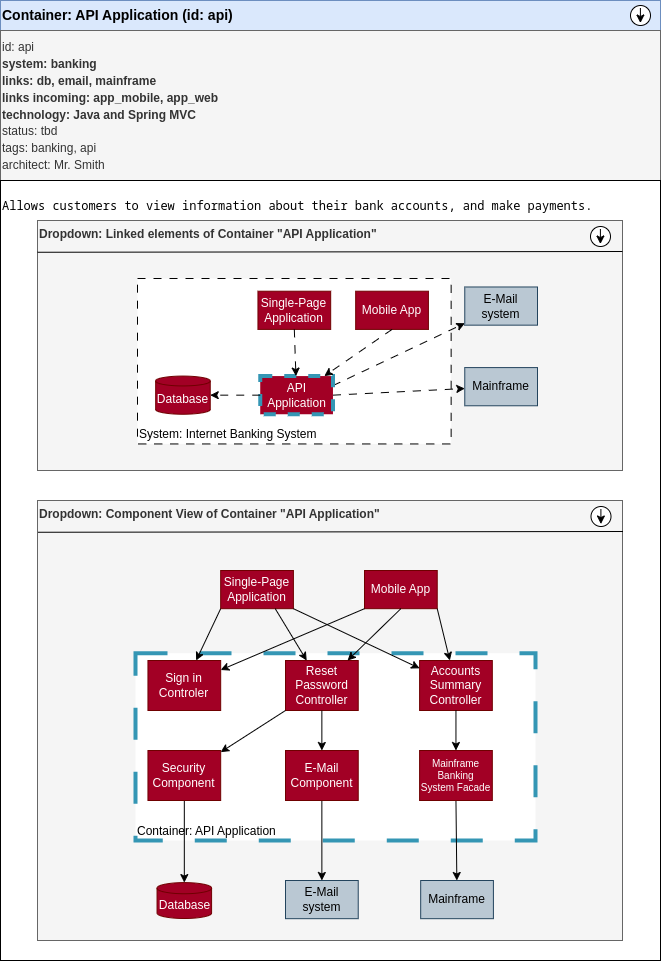
This is need_container_api.drawio.png from useblocks/sphinx-c4, a draw.io export, as it was before one commit. Source tidied: cells renumbered, new cells last; positions are measured from the earlier drawing's top-left corner, leaving out a move shared by most shapes.
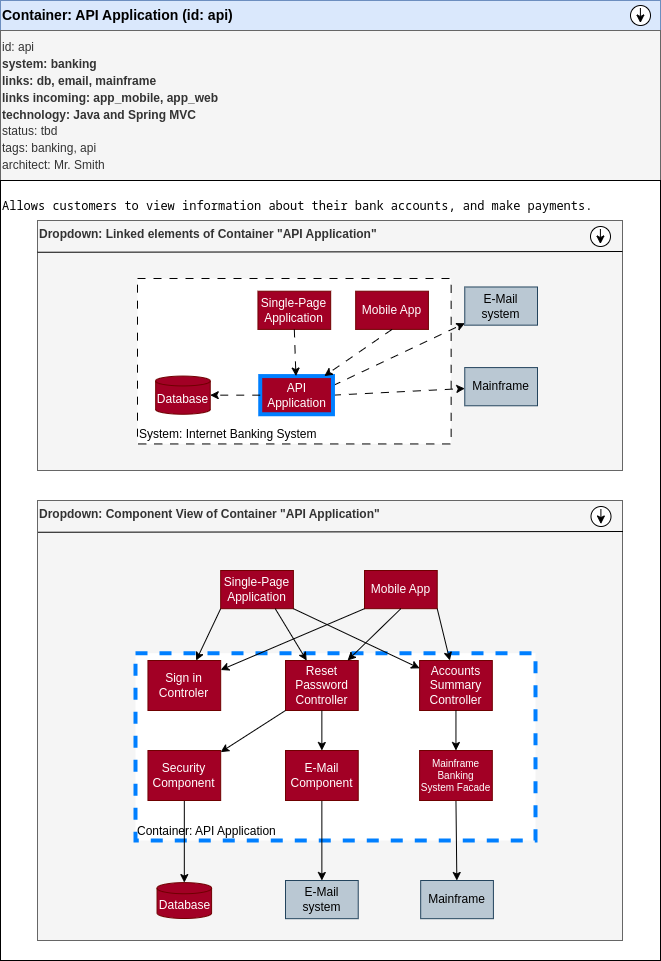
Later version of the same file.

Change to the diagram source:
```diff
@@ -50,7 +50,7 @@
     <mxCell id="16" style="edgeStyle=none;html=1;exitX=1;exitY=0.5;exitDx=0;exitDy=0;dashed=1;dashPattern=8 8;" parent="7" edge="1" source="17" target="12">
       <mxGeometry relative="1" as="geometry" />
     </mxCell>
-    <mxCell id="17" value="API Application" style="rounded=0;whiteSpace=wrap;html=1;fillColor=#a20025;fontColor=#ffffff;strokeColor=#3496B4;dashed=1;strokeWidth=4;" parent="7" vertex="1">
+    <mxCell id="17" value="API Application" style="rounded=0;whiteSpace=wrap;html=1;fillColor=#a20025;fontColor=#ffffff;strokeColor=#007FFF;strokeWidth=4;" parent="7" vertex="1">
       <mxGeometry x="259.7" y="195.6" width="72.7" height="38.2" as="geometry" />
     </mxCell>
     <mxCell id="18" style="edgeStyle=none;html=1;exitX=0.5;exitY=1;exitDx=0;exitDy=0;dashed=1;dashPattern=8 8;" parent="7" edge="1" source="13" target="17">
@@ -86,7 +86,7 @@
     <mxCell id="26" value="Dropdown: Component View of Container &quot;API Application&quot;" style="rounded=0;whiteSpace=wrap;html=1;align=left;fillColor=#f5f5f5;fontColor=#333333;strokeColor=#666666;verticalAlign=top;fontStyle=1;" parent="7" vertex="1">
       <mxGeometry x="37" y="320" width="585" height="440" as="geometry" />
     </mxCell>
-    <mxCell id="27" value="Container: API Application" style="rounded=0;whiteSpace=wrap;html=1;dashed=1;dashPattern=8 8;align=left;verticalAlign=bottom;strokeColor=#3496B4;strokeWidth=4;" parent="7" vertex="1">
+    <mxCell id="27" value="Container: API Application" style="rounded=0;whiteSpace=wrap;html=1;dashed=1;align=left;verticalAlign=bottom;strokeColor=#007FFF;strokeWidth=4;" parent="7" vertex="1">
       <mxGeometry x="135" y="472.7" width="400" height="187.3" as="geometry" />
     </mxCell>
     <mxCell id="28" style="endArrow=none;html=1;fontSize=12;entryX=1;entryY=0.086;entryDx=0;entryDy=0;entryPerimeter=0;" parent="7" edge="1">
```
